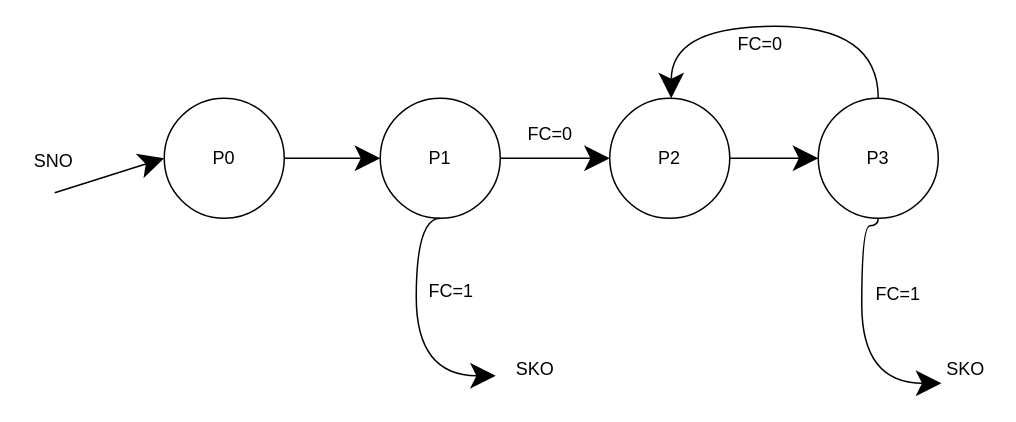
The draw.io diagram Graph DS 2.drawio in TimurQQ/Workshop, before the edit. Source tidied: cells renumbered, new cells numbered last; positions are measured from the earlier drawing's top-left corner, leaving out a move shared by most shapes. Both pictures are drawn from the tidied source at 150%, with x=0, y=0 at pixel (26, 26).
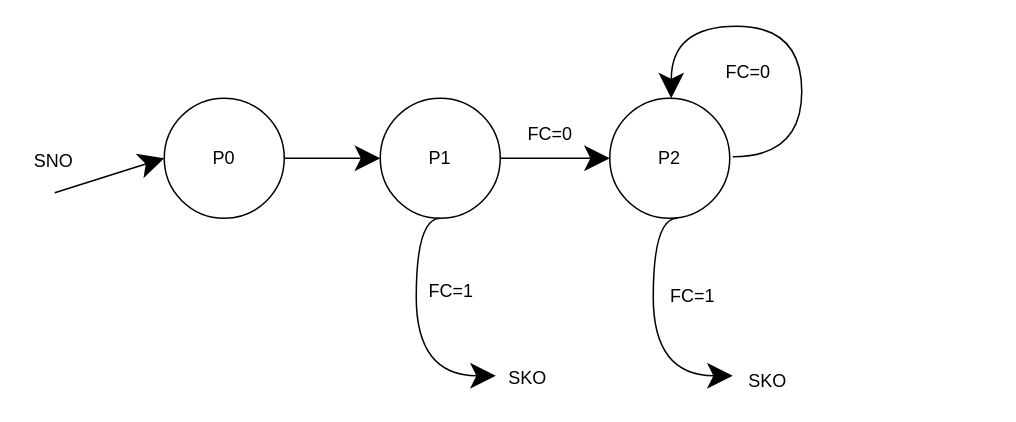
The same page after the edit.

Unchanged cells that the change refers to:
```xml
<mxCell id="4" value="P2" style="ellipse;whiteSpace=wrap;html=1;hachureGap=4;" parent="1" vertex="1">
  <mxGeometry x="389" y="48" width="80" height="80" as="geometry" />
</mxCell>
```

What changed in the source:
```diff
@@
-    <mxCell id="5" value="P3" style="ellipse;whiteSpace=wrap;html=1;hachureGap=4;" parent="1" vertex="1">
-      <mxGeometry x="528" y="48" width="80" height="80" as="geometry" />
-    </mxCell>
@@
     <mxCell id="11" value="SKO" style="text;html=1;align=center;verticalAlign=middle;strokeColor=none;fillColor=none;hachureGap=4;" parent="1" vertex="1">
-      <mxGeometry x="321" y="220" width="35" height="18" as="geometry" />
+      <mxGeometry x="316" y="226" width="35" height="18" as="geometry" />
     </mxCell>
-    <mxCell id="12" style="endArrow=classic;html=1;rounded=0;startSize=14;endSize=14;sourcePerimeterSpacing=8;targetPerimeterSpacing=8;curved=1;entryX=0;entryY=0.5;entryDx=0;entryDy=0;exitX=1;exitY=0.5;exitDx=0;exitDy=0;" parent="1" edge="1" source="4" target="5">
-      <mxGeometry relative="1" as="geometry" />
-    </mxCell>
-    <mxCell id="13" style="edgeStyle=segmentEdgeStyle;endArrow=classic;html=1;rounded=0;startSize=14;endSize=14;sourcePerimeterSpacing=8;targetPerimeterSpacing=8;curved=1;exitX=0.5;exitY=0;exitDx=0;exitDy=0;" parent="1" edge="1" source="5">
+    <mxCell id="13" style="edgeStyle=segmentEdgeStyle;endArrow=classic;html=1;rounded=0;startSize=14;endSize=14;sourcePerimeterSpacing=8;targetPerimeterSpacing=8;curved=1;" parent="1" edge="1">
       <mxGeometry relative="1" as="geometry">
+        <mxPoint x="471" y="87" as="sourcePoint" />
         <mxPoint x="430" y="48" as="targetPoint" />
         <Array as="points">
-          <mxPoint x="568" />
+          <mxPoint x="517" y="87" />
+          <mxPoint x="517" />
           <mxPoint x="430" />
         </Array>
       </mxGeometry>
     </mxCell>
     <mxCell id="14" value="FC=0" style="text;html=1;align=center;verticalAlign=middle;strokeColor=none;fillColor=none;hachureGap=4;" parent="1" vertex="1">
-      <mxGeometry x="469" y="3" width="40" height="18" as="geometry" />
+      <mxGeometry x="461" y="22" width="40" height="18" as="geometry" />
     </mxCell>
-    <mxCell id="15" style="edgeStyle=segmentEdgeStyle;endArrow=classic;html=1;rounded=0;startSize=14;endSize=14;sourcePerimeterSpacing=8;targetPerimeterSpacing=8;curved=1;exitX=0.5;exitY=1;exitDx=0;exitDy=0;" parent="1" edge="1" source="5">
-      <mxGeometry relative="1" as="geometry">
-        <mxPoint x="610.1" y="238" as="targetPoint" />
-        <Array as="points">
-          <mxPoint x="568" y="133" />
-          <mxPoint x="557" y="133" />
-          <mxPoint x="557" y="238" />
-        </Array>
-      </mxGeometry>
-    </mxCell>
     <mxCell id="16" value="FC=1" style="text;html=1;align=center;verticalAlign=middle;strokeColor=none;fillColor=none;hachureGap=4;" parent="1" vertex="1">
-      <mxGeometry x="561" y="170" width="40" height="18" as="geometry" />
+      <mxGeometry x="424" y="171" width="40" height="18" as="geometry" />
     </mxCell>
     <mxCell id="17" value="SKO" style="text;html=1;align=center;verticalAlign=middle;strokeColor=none;fillColor=none;hachureGap=4;" parent="1" vertex="1">
-      <mxGeometry x="608" y="220" width="35" height="18" as="geometry" />
+      <mxGeometry x="476" y="228" width="35" height="18" as="geometry" />
     </mxCell>
@@
+    <mxCell id="20" style="edgeStyle=segmentEdgeStyle;endArrow=classic;html=1;rounded=0;startSize=14;endSize=14;sourcePerimeterSpacing=8;targetPerimeterSpacing=8;curved=1;exitX=0.5;exitY=1;exitDx=0;exitDy=0;" parent="1" edge="1">
+      <mxGeometry relative="1" as="geometry">
+        <mxPoint x="434" y="128" as="sourcePoint" />
+        <mxPoint x="471" y="233" as="targetPoint" />
+        <Array as="points">
+          <mxPoint x="418" y="128" />
+          <mxPoint x="418" y="233" />
+        </Array>
+      </mxGeometry>
+    </mxCell>
```
